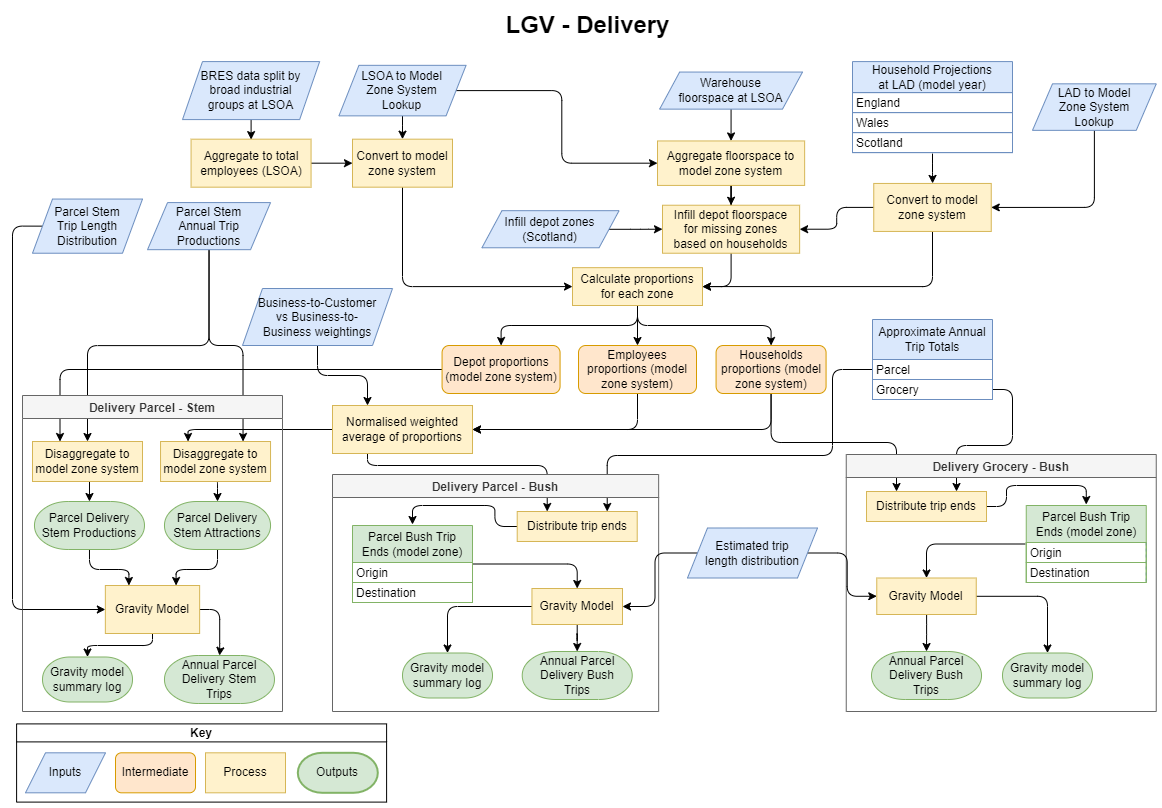
Earlier version of the draw.io export docs/source/_static/images/LGV_methodology-Delivery.png (Transport-for-the-North/caf.van). Source tidied: cells renumbered, new cells last; positions are measured from the earlier drawing's top-left corner, leaving out a move shared by most shapes.
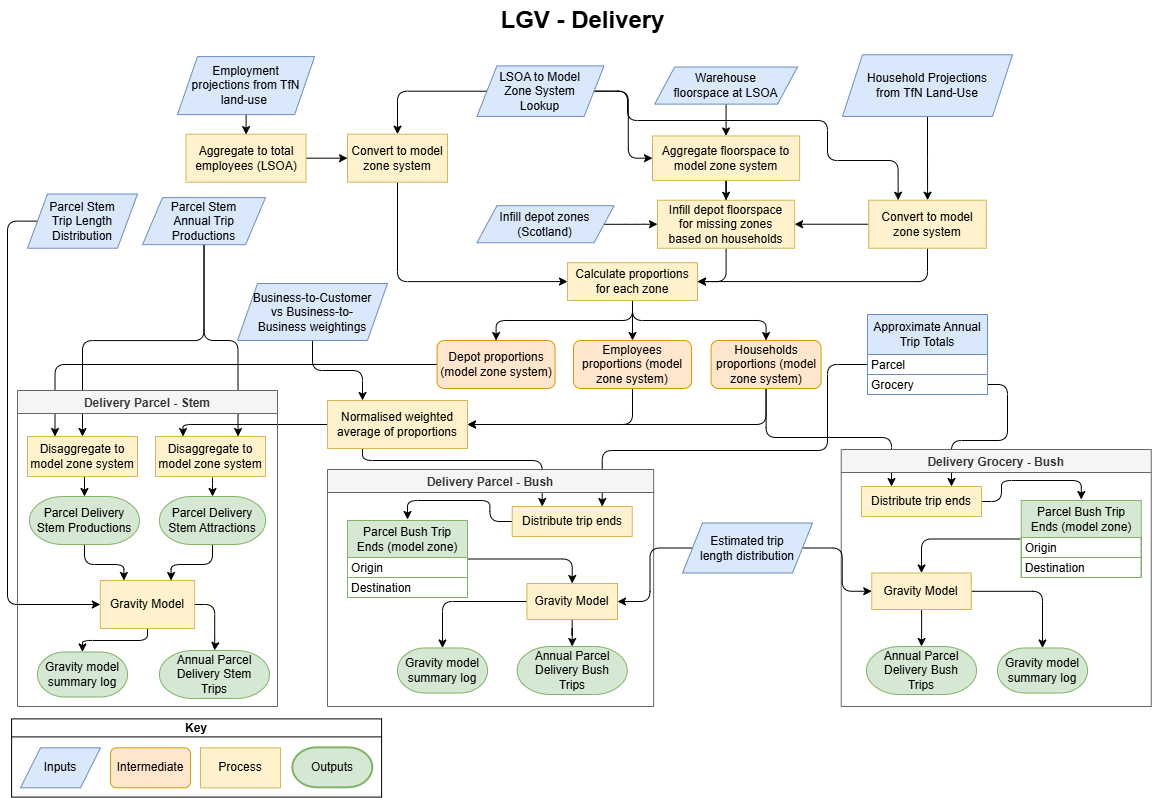
Above is the later version.

Change to the diagram source:
```diff
@@ -8,7 +8,7 @@
     <mxCell id="3" style="edgeStyle=orthogonalEdgeStyle;rounded=1;jettySize=auto;html=1;" parent="1" edge="1" source="4" target="6">
       <mxGeometry relative="1" as="geometry" />
     </mxCell>
-    <mxCell id="4" value="BRES data split by broad industrial groups at LSOA" style="shape=parallelogram;perimeter=parallelogramPerimeter;whiteSpace=wrap;fixedSize=1;rounded=0;shadow=0;glass=0;labelBackgroundColor=none;comic=0;sketch=0;strokeColor=#6c8ebf;strokeWidth=1;fillColor=#dae8fc;fontSize=12;spacingRight=10;spacingLeft=10;html=1;" parent="1" vertex="1">
+    <mxCell id="4" value="Employment projections from TfN land-use&amp;nbsp;" style="shape=parallelogram;perimeter=parallelogramPerimeter;whiteSpace=wrap;fixedSize=1;rounded=0;shadow=0;glass=0;labelBackgroundColor=none;comic=0;sketch=0;strokeColor=#6c8ebf;strokeWidth=1;fillColor=#dae8fc;fontSize=12;spacingRight=10;spacingLeft=10;html=1;" parent="1" vertex="1">
       <mxGeometry x="170" y="56.1" width="137.1" height="58" as="geometry" />
     </mxCell>
     <mxCell id="5" style="edgeStyle=orthogonalEdgeStyle;rounded=1;jettySize=auto;html=1;" parent="1" edge="1" source="6" target="19">
@@ -23,9 +23,6 @@
     <mxCell id="8" value="Business-to-Customer vs Business-to-Business weightings" style="shape=parallelogram;perimeter=parallelogramPerimeter;whiteSpace=wrap;html=1;fixedSize=1;rounded=0;shadow=0;glass=0;labelBackgroundColor=none;comic=0;sketch=0;strokeColor=#6c8ebf;strokeWidth=1;fillColor=#dae8fc;fontSize=12;spacingRight=10;spacingLeft=10;" parent="1" vertex="1">
       <mxGeometry x="230" y="283" width="150" height="57" as="geometry" />
     </mxCell>
-    <mxCell id="9" style="edgeStyle=orthogonalEdgeStyle;rounded=1;jettySize=auto;html=1;" parent="1" edge="1" source="57" target="12">
-      <mxGeometry relative="1" as="geometry" />
-    </mxCell>
     <mxCell id="10" style="edgeStyle=orthogonalEdgeStyle;rounded=1;jettySize=auto;html=1;entryX=1;entryY=0.5;entryDx=0;entryDy=0;exitX=0.5;exitY=1;exitDx=0;exitDy=0;" parent="1" edge="1" source="12" target="28">
       <mxGeometry relative="1" as="geometry" />
     </mxCell>
@@ -33,22 +30,27 @@
       <mxGeometry relative="1" as="geometry" />
     </mxCell>
     <mxCell id="12" value="Convert to model zone system" style="rounded=0;whiteSpace=wrap;html=1;shadow=0;glass=0;labelBackgroundColor=none;comic=0;sketch=0;strokeColor=#d6b656;strokeWidth=1;fillColor=#fff2cc;fontSize=12;" parent="1" vertex="1">
-      <mxGeometry x="861.2" y="177.9" width="117.5" height="48" as="geometry" />
+      <mxGeometry x="861.2" y="199.7" width="117.5" height="48" as="geometry" />
     </mxCell>
-    <mxCell id="13" style="edgeStyle=orthogonalEdgeStyle;rounded=1;jettySize=auto;html=1;entryX=1;entryY=0.5;entryDx=0;entryDy=0;exitX=0.5;exitY=1;exitDx=0;exitDy=0;" parent="1" edge="1" source="14" target="12">
-      <mxGeometry relative="1" as="geometry" />
-    </mxCell>
-    <mxCell id="14" value="LAD to Model Zone System Lookup" style="shape=parallelogram;perimeter=parallelogramPerimeter;whiteSpace=wrap;html=1;fixedSize=1;rounded=0;shadow=0;glass=0;labelBackgroundColor=none;comic=0;sketch=0;strokeColor=#6c8ebf;strokeWidth=1;fillColor=#dae8fc;fontSize=12;spacingRight=10;spacingLeft=10;" parent="1" vertex="1">
-      <mxGeometry x="1020" y="78.3" width="123.8" height="46.5" as="geometry" />
-    </mxCell>
     <mxCell id="15" style="edgeStyle=orthogonalEdgeStyle;rounded=1;jettySize=auto;html=1;" parent="1" edge="1" source="17" target="19">
       <mxGeometry relative="1" as="geometry" />
     </mxCell>
     <mxCell id="16" style="edgeStyle=orthogonalEdgeStyle;rounded=1;jettySize=auto;html=1;exitX=1;exitY=0.5;exitDx=0;exitDy=0;entryX=0;entryY=0.5;entryDx=0;entryDy=0;" parent="1" edge="1" source="17" target="32">
       <mxGeometry relative="1" as="geometry" />
     </mxCell>
+    <mxCell id="102" style="edgeStyle=orthogonalEdgeStyle;rounded=1;jettySize=auto;html=1;entryX=0.25;entryY=0;entryDx=0;entryDy=0;exitX=1;exitY=0.5;exitDx=0;exitDy=0;curved=0;" parent="1" edge="1" source="17" target="12">
+      <mxGeometry relative="1" as="geometry">
+        <Array as="points">
+          <mxPoint x="620" y="91" />
+          <mxPoint x="620" y="120" />
+          <mxPoint x="820" y="120" />
+          <mxPoint x="820" y="160" />
+          <mxPoint x="891" y="160" />
+        </Array>
+      </mxGeometry>
+    </mxCell>
     <mxCell id="17" value="LSOA to Model Zone System Lookup" style="shape=parallelogram;perimeter=parallelogramPerimeter;whiteSpace=wrap;html=1;fixedSize=1;rounded=0;shadow=0;glass=0;labelBackgroundColor=none;comic=0;sketch=0;strokeColor=#6c8ebf;strokeWidth=1;fillColor=#dae8fc;fontSize=12;spacingRight=10;spacingLeft=10;" parent="1" vertex="1">
-      <mxGeometry x="326.4" y="59.8" width="127.1" height="50.5" as="geometry" />
+      <mxGeometry x="469.4" y="65.4" width="127.1" height="50.5" as="geometry" />
     </mxCell>
     <mxCell id="18" style="edgeStyle=orthogonalEdgeStyle;rounded=1;jettySize=auto;html=1;entryX=0;entryY=0.5;entryDx=0;entryDy=0;exitX=0.5;exitY=1;exitDx=0;exitDy=0;" parent="1" edge="1" source="19" target="28">
       <mxGeometry relative="1" as="geometry" />
@@ -191,18 +193,6 @@
     <mxCell id="56" value="Parcel Stem Trip Length Distribution" style="shape=parallelogram;perimeter=parallelogramPerimeter;whiteSpace=wrap;html=1;fixedSize=1;rounded=0;shadow=0;glass=0;labelBackgroundColor=none;comic=0;sketch=0;strokeColor=#6c8ebf;strokeWidth=1;fillColor=#dae8fc;fontSize=12;spacingRight=10;spacingLeft=10;" parent="1" vertex="1">
       <mxGeometry x="20" y="193.6" width="110" height="54.2" as="geometry" />
     </mxCell>
-    <mxCell id="57" value="Household Projections at LAD (model year)" style="swimlane;fontStyle=0;horizontal=1;startSize=31;fillColor=#dae8fc;rounded=0;separatorColor=#6C8EBF;swimlaneFillColor=none;perimeterSpacing=1;swimlaneLine=1;arcSize=13;strokeColor=#6C8EBF;whiteSpace=wrap;spacingRight=15;spacingLeft=15;" parent="1" vertex="1">
-      <mxGeometry x="840" y="56.1" width="160" height="91" as="geometry" />
-    </mxCell>
-    <mxCell id="58" value="England" style="text;fillColor=none;align=left;verticalAlign=middle;spacingLeft=4;spacingRight=4;overflow=hidden;rounded=0;strokeColor=#6C8EBF;spacing=0;" parent="57" vertex="1">
-      <mxGeometry y="31" width="160" height="20" as="geometry" />
-    </mxCell>
-    <mxCell id="59" value="Wales" style="text;fillColor=none;align=left;verticalAlign=middle;spacingLeft=4;spacingRight=4;overflow=hidden;rounded=0;strokeColor=#6C8EBF;spacing=0;" parent="57" vertex="1">
-      <mxGeometry y="51" width="160" height="20" as="geometry" />
-    </mxCell>
-    <mxCell id="60" value="Scotland" style="text;fillColor=none;align=left;verticalAlign=middle;spacingLeft=4;spacingRight=4;overflow=hidden;rounded=0;strokeColor=#6C8EBF;spacing=0;" parent="57" vertex="1">
-      <mxGeometry y="71" width="160" height="20" as="geometry" />
-    </mxCell>
     <mxCell id="61" style="edgeStyle=orthogonalEdgeStyle;rounded=1;jettySize=auto;html=1;exitX=0;exitY=0.5;exitDx=0;exitDy=0;entryX=0.75;entryY=0;entryDx=0;entryDy=0;" parent="1" edge="1" source="88" target="77">
       <mxGeometry relative="1" as="geometry">
         <Array as="points">
@@ -332,5 +322,11 @@
     <mxCell id="101" value="Outputs" style="strokeWidth=2;html=1;shape=mxgraph.flowchart.terminator;whiteSpace=wrap;rounded=0;shadow=0;glass=0;sketch=0;fillColor=#d5e8d4;strokeColor=#82b366;rotation=0;" parent="97" vertex="1">
       <mxGeometry x="135.3" y="174.8" width="80" height="40" as="geometry" />
     </mxCell>
+    <mxCell id="103" style="edgeStyle=orthogonalEdgeStyle;rounded=0;jettySize=auto;html=1;" parent="1" edge="1" source="104" target="12">
+      <mxGeometry relative="1" as="geometry" />
+    </mxCell>
+    <mxCell id="104" value="Household Projections from TfN Land-Use" style="shape=parallelogram;perimeter=parallelogramPerimeter;whiteSpace=wrap;html=1;fixedSize=1;rounded=0;shadow=0;glass=0;labelBackgroundColor=none;comic=0;sketch=0;strokeColor=#6c8ebf;strokeWidth=1;fillColor=#dae8fc;fontSize=12;spacingRight=15;spacingLeft=15;" parent="1" vertex="1">
+      <mxGeometry x="835" y="54.3" width="170" height="61.7" as="geometry" />
+    </mxCell>
   </root>
 </mxGraphModel>
```
